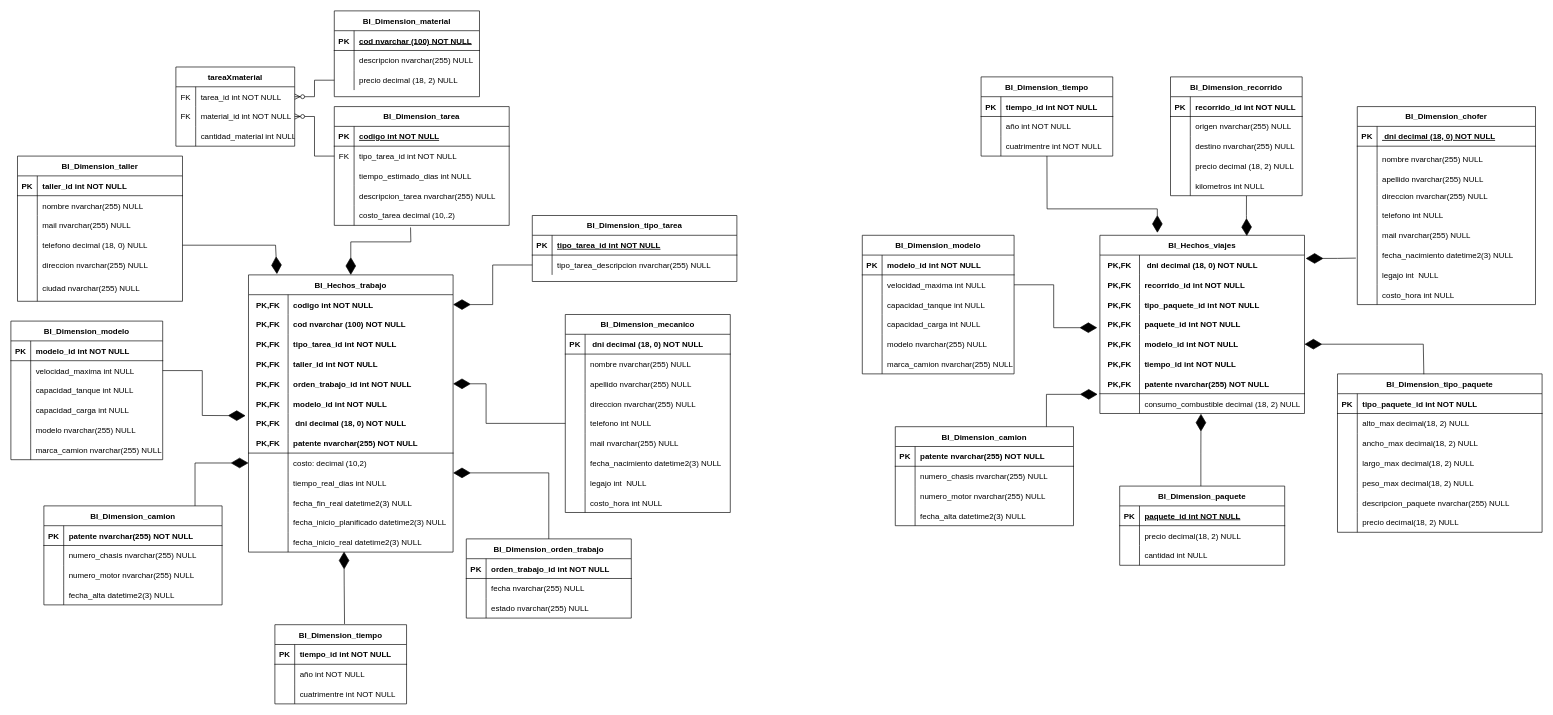
Nan0t/GDD-2021-2C keeps this draw.io diagram as page "DER- BI" (4 of 4) of DER.drawio. Above is the earlier version. Source tidied: cells renumbered, new cells numbered last; positions are measured from the earlier drawing's top-left corner, leaving out a move shared by most shapes. Both pictures are drawn from the tidied source at 66%, with x=0, y=0 at pixel (11, 11).
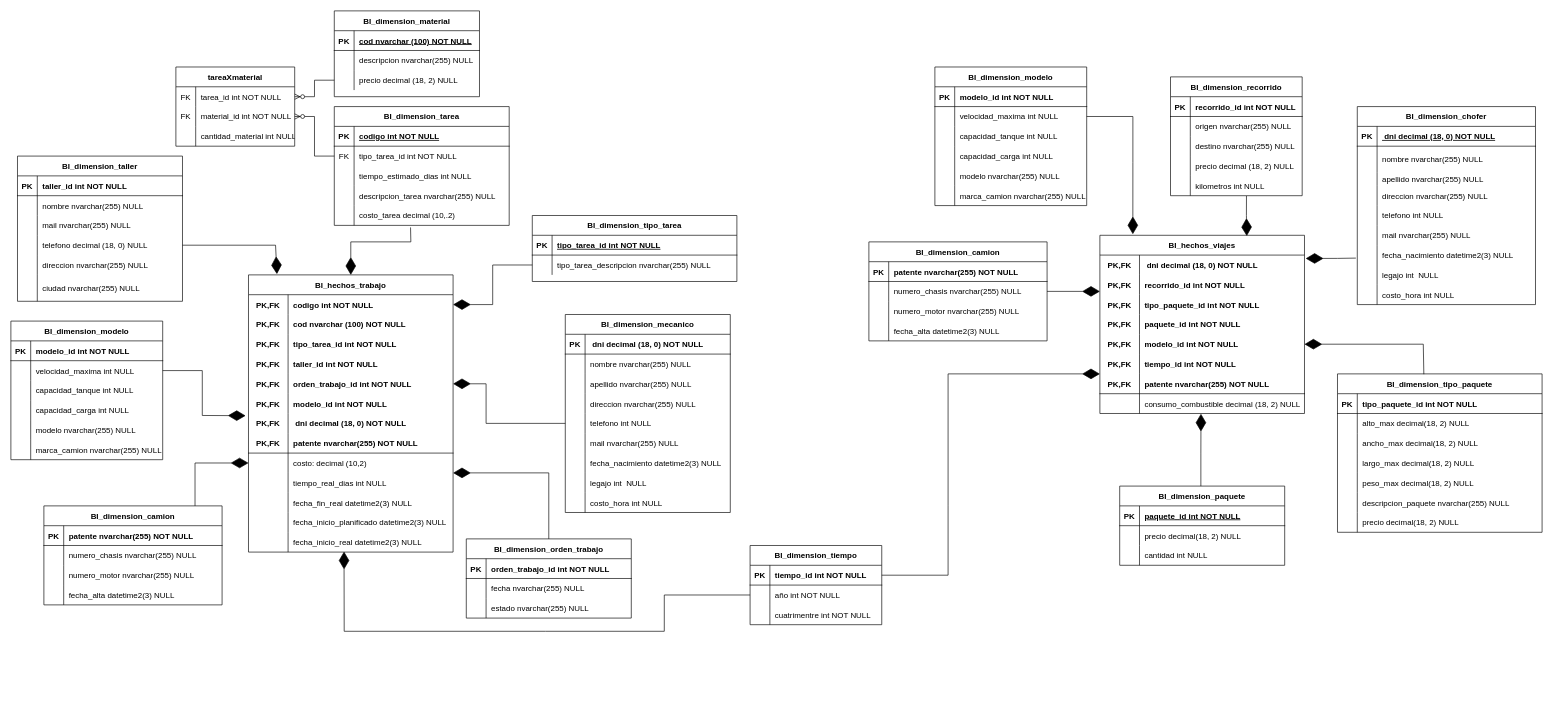
The same diagram, later.

Unchanged cells that the change refers to:
```xml
<mxCell id="49" style="shape=partialRectangle;fillColor=none;top=0;left=0;bottom=0;right=0;points=[[0,0.5],[1,0.5]];portConstraint=eastwest;" parent="12" vertex="1">
  <mxGeometry y="390" width="310" height="30" as="geometry" />
</mxCell>
<mxCell id="187" style="shape=partialRectangle;fillColor=none;top=0;left=0;bottom=0;right=0;points=[[0,0.5],[1,0.5]];portConstraint=eastwest;" parent="183" vertex="1">
  <mxGeometry y="60" width="310" height="30" as="geometry" />
</mxCell>
<mxCell id="202" style="shape=partialRectangle;fillColor=none;top=0;left=0;bottom=1;right=0;points=[[0,0.5],[1,0.5]];portConstraint=eastwest;" parent="183" vertex="1">
  <mxGeometry y="210" width="310" height="30" as="geometry" />
</mxCell>
<mxCell id="212" style="shape=partialRectangle;fillColor=none;points=[[0,0.5],[1,0.5]];portConstraint=eastwest;top=0;left=0;right=0;bottom=0;" parent="208" vertex="1">
  <mxGeometry y="60" width="270" height="30" as="geometry" />
</mxCell>
<mxCell id="225" style="shape=partialRectangle;fillColor=none;points=[[0,0.5],[1,0.5]];portConstraint=eastwest;top=0;left=0;right=0;bottom=0;" parent="221" vertex="1">
  <mxGeometry y="60" width="230" height="30" as="geometry" />
</mxCell>
<mxCell id="334" style="shape=partialRectangle;fillColor=none;points=[[0,0.5],[1,0.5]];portConstraint=eastwest;top=0;left=0;right=0;bottom=1;" parent="333" vertex="1">
  <mxGeometry y="30" width="199.5" height="30" as="geometry" />
</mxCell>
<mxCell id="337" style="shape=partialRectangle;fillColor=none;points=[[0,0.5],[1,0.5]];portConstraint=eastwest;top=0;left=0;right=0;bottom=0;" parent="333" vertex="1">
  <mxGeometry y="60" width="199.5" height="30" as="geometry" />
</mxCell>
```

What changed in the source:
```diff
@@
-    <mxCell id="2" value="BI_Dimension_orden_trabajo" style="shape=table;startSize=30;childLayout=tableLayout;rowLines=0;fontStyle=1;align=center;" parent="1" vertex="1">
+    <mxCell id="2" value="BI_dimension_orden_trabajo" style="shape=table;startSize=30;childLayout=tableLayout;rowLines=0;fontStyle=1;align=center;" parent="1" vertex="1">
       <mxGeometry x="690" y="800" width="250" height="120" as="geometry" />
     </mxCell>
@@
-    <mxCell id="12" value="BI_Hechos_trabajo" style="shape=table;startSize=30;childLayout=tableLayout;rowLines=0;fontStyle=1;align=center;" parent="1" vertex="1">
+    <mxCell id="12" value="BI_hechos_trabajo" style="shape=table;startSize=30;childLayout=tableLayout;rowLines=0;fontStyle=1;align=center;" parent="1" vertex="1">
       <mxGeometry x="360" y="400" width="310" height="420" as="geometry" />
     </mxCell>
@@
-    <mxCell id="52" value="BI_Dimension_camion" style="shape=table;startSize=30;childLayout=tableLayout;rowLines=0;fontStyle=1;align=center;" parent="1" vertex="1">
+    <mxCell id="52" value="BI_dimension_camion" style="shape=table;startSize=30;childLayout=tableLayout;rowLines=0;fontStyle=1;align=center;" parent="1" vertex="1">
       <mxGeometry x="50" y="750" width="270" height="150" as="geometry" />
     </mxCell>
@@
-    <mxCell id="65" value="BI_Dimension_modelo" style="shape=table;startSize=30;childLayout=tableLayout;rowLines=0;fontStyle=1;align=center;" parent="1" vertex="1">
+    <mxCell id="65" value="BI_dimension_modelo" style="shape=table;startSize=30;childLayout=tableLayout;rowLines=0;fontStyle=1;align=center;" parent="1" vertex="1">
       <mxGeometry y="470" width="230" height="210" as="geometry" />
     </mxCell>
@@
-    <mxCell id="84" value="BI_Dimension_mecanico" style="shape=table;startSize=30;childLayout=tableLayout;rowLines=0;fontStyle=1;align=center;" parent="1" vertex="1">
+    <mxCell id="84" value="BI_dimension_mecanico" style="shape=table;startSize=30;childLayout=tableLayout;rowLines=0;fontStyle=1;align=center;" parent="1" vertex="1">
       <mxGeometry x="840" y="460" width="250" height="300" as="geometry" />
     </mxCell>
@@
-    <mxCell id="112" value="BI_Dimension_taller" style="shape=table;startSize=30;childLayout=tableLayout;rowLines=0;fontStyle=1;align=center;" parent="1" vertex="1">
+    <mxCell id="112" value="BI_dimension_taller" style="shape=table;startSize=30;childLayout=tableLayout;rowLines=0;fontStyle=1;align=center;" parent="1" vertex="1">
       <mxGeometry x="10" y="220" width="250" height="220" as="geometry" />
     </mxCell>
@@
-    <mxCell id="131" value="BI_Dimension_tipo_tarea" style="shape=table;startSize=30;childLayout=tableLayout;rowLines=0;fontStyle=1;align=center;" parent="1" vertex="1">
+    <mxCell id="131" value="BI_dimension_tipo_tarea" style="shape=table;startSize=30;childLayout=tableLayout;rowLines=0;fontStyle=1;align=center;" parent="1" vertex="1">
       <mxGeometry x="790" y="310" width="310" height="100" as="geometry" />
     </mxCell>
@@
-    <mxCell id="145" value="BI_Dimension_tarea" style="shape=table;startSize=30;childLayout=tableLayout;rowLines=0;fontStyle=1;align=center;" parent="1" vertex="1">
+    <mxCell id="145" value="BI_dimension_tarea" style="shape=table;startSize=30;childLayout=tableLayout;rowLines=0;fontStyle=1;align=center;" parent="1" vertex="1">
       <mxGeometry x="490" y="145" width="265" height="180" as="geometry" />
     </mxCell>
@@
-    <mxCell id="171" value="BI_Dimension_material" style="shape=table;startSize=30;childLayout=tableLayout;rowLines=0;fontStyle=1;align=center;" parent="1" vertex="1">
+    <mxCell id="171" value="BI_dimension_material" style="shape=table;startSize=30;childLayout=tableLayout;rowLines=0;fontStyle=1;align=center;" parent="1" vertex="1">
       <mxGeometry x="490" width="220" height="130" as="geometry" />
     </mxCell>
@@
-    <mxCell id="183" value="BI_Hechos_viajes" style="shape=table;startSize=30;childLayout=tableLayout;rowLines=0;fontStyle=1;align=center;" parent="1" vertex="1">
+    <mxCell id="183" value="BI_hechos_viajes" style="shape=table;startSize=30;childLayout=tableLayout;rowLines=0;fontStyle=1;align=center;" parent="1" vertex="1">
       <mxGeometry x="1650" y="340" width="310" height="270" as="geometry" />
     </mxCell>
@@
-    <mxCell id="208" value="BI_Dimension_camion" style="shape=table;startSize=30;childLayout=tableLayout;rowLines=0;fontStyle=1;align=center;" parent="1" vertex="1">
-      <mxGeometry x="1340" y="630" width="270" height="150" as="geometry" />
+    <mxCell id="208" value="BI_dimension_camion" style="shape=table;startSize=30;childLayout=tableLayout;rowLines=0;fontStyle=1;align=center;" parent="1" vertex="1">
+      <mxGeometry x="1300" y="350" width="270" height="150" as="geometry" />
     </mxCell>
@@
-    <mxCell id="221" value="BI_Dimension_modelo" style="shape=table;startSize=30;childLayout=tableLayout;rowLines=0;fontStyle=1;align=center;" parent="1" vertex="1">
-      <mxGeometry x="1290" y="340" width="230" height="210" as="geometry" />
+    <mxCell id="221" value="BI_dimension_modelo" style="shape=table;startSize=30;childLayout=tableLayout;rowLines=0;fontStyle=1;align=center;" parent="1" vertex="1">
+      <mxGeometry x="1400" y="85" width="230" height="210" as="geometry" />
     </mxCell>
@@
-    <mxCell id="240" style="endArrow=diamondThin;endFill=1;endSize=24;html=1;rounded=0;exitX=1;exitY=0.5;exitDx=0;exitDy=0;fontStyle=1;" parent="1" edge="1" source="225">
+    <mxCell id="240" style="endArrow=diamondThin;endFill=1;endSize=24;html=1;rounded=0;exitX=1;exitY=0.5;exitDx=0;exitDy=0;fontStyle=1;entryX=0.161;entryY=-0.006;entryDx=0;entryDy=0;entryPerimeter=0;" parent="1" edge="1" source="225" target="183">
       <mxGeometry relative="1" as="geometry">
-        <mxPoint x="1646" y="480" as="targetPoint" />
         <Array as="points">
-          <mxPoint x="1580" y="415" />
-          <mxPoint x="1580" y="480" />
+          <mxPoint x="1700" y="160" />
+          <mxPoint x="1700" y="230" />
         </Array>
       </mxGeometry>
     </mxCell>
-    <mxCell id="241" style="endArrow=diamondThin;endFill=1;endSize=24;html=1;rounded=0;entryX=-0.011;entryY=1.033;entryDx=0;entryDy=0;entryPerimeter=0;" parent="1" edge="1" target="202">
-      <mxGeometry relative="1" as="geometry">
-        <mxPoint x="1569" y="630" as="sourcePoint" />
-        <Array as="points">
-          <mxPoint x="1569" y="581" />
-        </Array>
-      </mxGeometry>
+    <mxCell id="241" style="endArrow=diamondThin;endFill=1;endSize=24;html=1;rounded=0;exitX=1;exitY=0.5;exitDx=0;exitDy=0;entryX=0;entryY=0.833;entryDx=0;entryDy=0;entryPerimeter=0;" parent="1" edge="1" source="212" target="187">
+      <mxGeometry relative="1" as="geometry" />
     </mxCell>
-    <mxCell id="242" value="BI_Dimension_paquete" style="shape=table;startSize=30;childLayout=tableLayout;rowLines=0;fontStyle=1;align=center;" parent="1" vertex="1">
+    <mxCell id="242" value="BI_dimension_paquete" style="shape=table;startSize=30;childLayout=tableLayout;rowLines=0;fontStyle=1;align=center;" parent="1" vertex="1">
       <mxGeometry x="1680" y="720" width="250" height="120" as="geometry" />
     </mxCell>
@@
-    <mxCell id="252" value="BI_Dimension_tipo_paquete" style="shape=table;startSize=30;childLayout=tableLayout;rowLines=0;fontStyle=1;align=center;" parent="1" vertex="1">
+    <mxCell id="252" value="BI_dimension_tipo_paquete" style="shape=table;startSize=30;childLayout=tableLayout;rowLines=0;fontStyle=1;align=center;" parent="1" vertex="1">
       <mxGeometry x="2010" y="550" width="310" height="240" as="geometry" />
     </mxCell>
@@
-    <mxCell id="274" value="BI_Dimension_recorrido" style="shape=table;startSize=30;childLayout=tableLayout;rowLines=0;fontStyle=1;align=center;" parent="1" vertex="1">
+    <mxCell id="274" value="BI_dimension_recorrido" style="shape=table;startSize=30;childLayout=tableLayout;rowLines=0;fontStyle=1;align=center;" parent="1" vertex="1">
       <mxGeometry x="1757" y="100" width="199.5" height="180" as="geometry" />
     </mxCell>
@@
-    <mxCell id="290" value="BI_Dimension_chofer" style="shape=table;startSize=30;childLayout=tableLayout;rowLines=0;fontStyle=1;align=center;" parent="1" vertex="1">
+    <mxCell id="290" value="BI_dimension_chofer" style="shape=table;startSize=30;childLayout=tableLayout;rowLines=0;fontStyle=1;align=center;" parent="1" vertex="1">
       <mxGeometry x="2040" y="145" width="270" height="300" as="geometry" />
     </mxCell>
@@
-    <mxCell id="322" value="BI_Dimension_tiempo" style="shape=table;startSize=30;childLayout=tableLayout;rowLines=0;fontStyle=1;align=center;" parent="1" vertex="1">
-      <mxGeometry x="1470" y="100" width="199.5" height="120" as="geometry" />
-    </mxCell>
-    <mxCell id="323" style="shape=partialRectangle;fillColor=none;top=0;left=0;right=0;bottom=1;" parent="322" vertex="1">
-      <mxGeometry y="30" width="199.5" height="30" as="geometry" />
-    </mxCell>
-    <mxCell id="324" value="PK" style="shape=partialRectangle;overflow=hidden;fillColor=none;top=0;left=0;bottom=0;right=0;fontStyle=1;" parent="323" vertex="1">
-      <mxGeometry width="30" height="30" as="geometry" />
-    </mxCell>
-    <mxCell id="325" value="tiempo_id int NOT NULL" style="shape=partialRectangle;overflow=hidden;fillColor=none;top=0;left=0;bottom=0;right=0;align=left;spacingLeft=6;fontStyle=1;" parent="323" vertex="1">
-      <mxGeometry x="30" width="169.5" height="30" as="geometry" />
-    </mxCell>
-    <mxCell id="326" style="shape=partialRectangle;fillColor=none;top=0;left=0;right=0;bottom=0;" parent="322" vertex="1">
-      <mxGeometry y="60" width="199.5" height="30" as="geometry" />
-    </mxCell>
-    <mxCell id="327" style="shape=partialRectangle;overflow=hidden;fillColor=none;top=0;left=0;bottom=0;right=0;" parent="326" vertex="1">
-      <mxGeometry width="30" height="30" as="geometry" />
-    </mxCell>
-    <mxCell id="328" value="año int NOT NULL    " style="shape=partialRectangle;overflow=hidden;fillColor=none;top=0;left=0;bottom=0;right=0;align=left;spacingLeft=6;" parent="326" vertex="1">
-      <mxGeometry x="30" width="169.5" height="30" as="geometry" />
-    </mxCell>
-    <mxCell id="329" style="shape=partialRectangle;fillColor=none;points=[[0,0.5],[1,0.5]];portConstraint=eastwest;top=0;left=0;right=0;bottom=0;" parent="322" vertex="1">
-      <mxGeometry y="90" width="199.5" height="30" as="geometry" />
-    </mxCell>
-    <mxCell id="330" style="shape=partialRectangle;overflow=hidden;fillColor=none;top=0;left=0;bottom=0;right=0;" parent="329" vertex="1">
-      <mxGeometry width="30" height="30" as="geometry" />
-    </mxCell>
-    <mxCell id="331" value="cuatrimentre int NOT NULL" style="shape=partialRectangle;overflow=hidden;fillColor=none;top=0;left=0;bottom=0;right=0;align=left;spacingLeft=6;" parent="329" vertex="1">
-      <mxGeometry x="30" width="169.5" height="30" as="geometry" />
-    </mxCell>
-    <mxCell id="332" style="endArrow=diamondThin;endFill=1;endSize=24;html=1;rounded=0;fontStyle=1;entryX=0.281;entryY=-0.014;entryDx=0;entryDy=0;entryPerimeter=0;" parent="1" edge="1" source="329" target="183">
-      <mxGeometry relative="1" as="geometry">
-        <Array as="points">
-          <mxPoint x="1570" y="300" />
-          <mxPoint x="1737" y="300" />
-        </Array>
-      </mxGeometry>
-    </mxCell>
-    <mxCell id="333" value="BI_Dimension_tiempo" style="shape=table;startSize=30;childLayout=tableLayout;rowLines=0;fontStyle=1;align=center;" parent="1" vertex="1">
-      <mxGeometry x="400" y="930" width="199.5" height="120" as="geometry" />
+    <mxCell id="333" value="BI_dimension_tiempo" style="shape=table;startSize=30;childLayout=tableLayout;rowLines=0;fontStyle=1;align=center;" parent="1" vertex="1">
+      <mxGeometry x="1120" y="810" width="199.5" height="120" as="geometry" />
     </mxCell>
@@
-    <mxCell id="343" style="endArrow=diamondThin;endFill=1;endSize=24;html=1;rounded=0;entryX=0.467;entryY=0.977;entryDx=0;entryDy=0;entryPerimeter=0;exitX=0.529;exitY=-0.009;exitDx=0;exitDy=0;exitPerimeter=0;" parent="1" edge="1" source="333" target="49">
+    <mxCell id="343" style="endArrow=diamondThin;endFill=1;endSize=24;html=1;rounded=0;entryX=0.467;entryY=0.977;entryDx=0;entryDy=0;entryPerimeter=0;exitX=0;exitY=0.5;exitDx=0;exitDy=0;" parent="1" edge="1" source="337" target="49">
       <mxGeometry relative="1" as="geometry">
         <Array as="points">
-          <mxPoint x="505" y="870" />
+          <mxPoint x="990" y="885" />
+          <mxPoint x="990" y="940" />
+          <mxPoint x="810" y="940" />
+          <mxPoint x="505" y="940" />
         </Array>
       </mxGeometry>
     </mxCell>
+    <mxCell id="344" style="endArrow=diamondThin;endFill=1;endSize=24;html=1;rounded=0;entryX=0;entryY=0;entryDx=0;entryDy=0;entryPerimeter=0;exitX=1;exitY=0.5;exitDx=0;exitDy=0;" parent="1" edge="1" source="334" target="202">
+      <mxGeometry relative="1" as="geometry">
+        <Array as="points">
+          <mxPoint x="1420" y="855" />
+          <mxPoint x="1420" y="750" />
+          <mxPoint x="1420" y="550" />
+        </Array>
+      </mxGeometry>
+    </mxCell>
```
